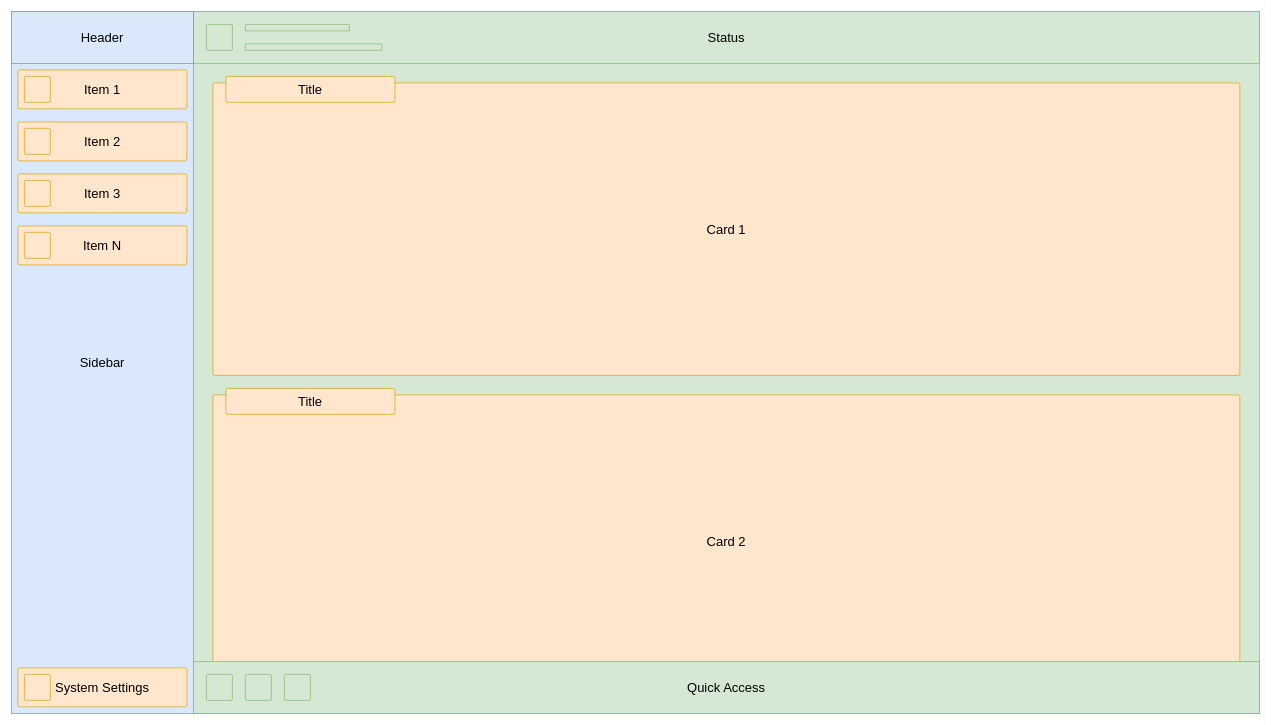
This is docs/ui.drawio from MinecraftPlayground/server-management-dashboard, a draw.io file, before an edit. Source tidied: cells renumbered, new cells numbered last; positions are measured from the earlier drawing's top-left corner, leaving out a move shared by most shapes. Both pictures are drawn from the tidied source at 65%, with x=0, y=0 at pixel (11, 11).
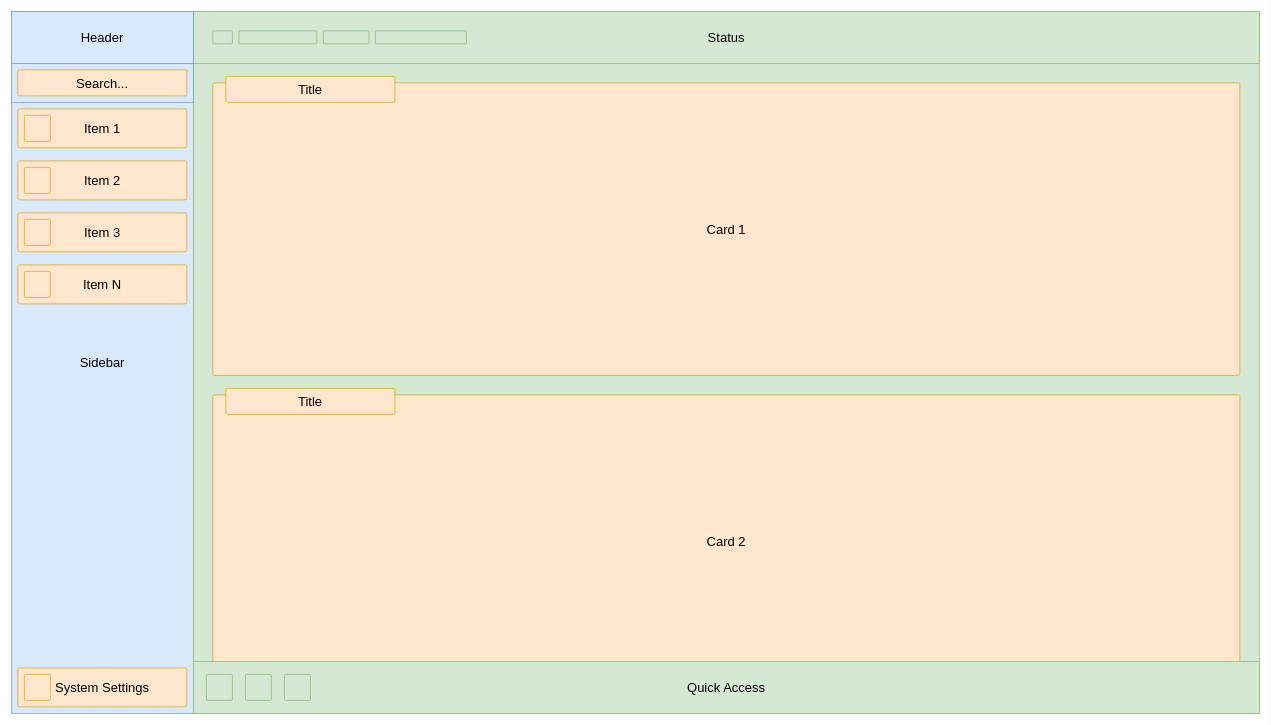
The same diagram, later.

The change refers to these unchanged cells:
```xml
<mxCell id="16" style="group;" parent="1" vertex="1">
  <mxGeometry x="280" width="1640" height="80" as="geometry" />
</mxCell>
```

Diff of the diagram source:
```diff
@@
     <mxCell id="4" style="group;" parent="1" vertex="1">
-      <mxGeometry x="10" y="170" width="260" height="60" as="geometry" />
+      <mxGeometry x="10" y="230" width="260" height="60" as="geometry" />
     </mxCell>
@@
     <mxCell id="7" style="group;" parent="1" vertex="1">
-      <mxGeometry x="10" y="250" width="260" height="60" as="geometry" />
+      <mxGeometry x="10" y="310" width="260" height="60" as="geometry" />
     </mxCell>
@@
     <mxCell id="10" style="group;" parent="1" vertex="1">
-      <mxGeometry x="10" y="330" width="260" height="60" as="geometry" />
+      <mxGeometry x="10" y="390" width="260" height="60" as="geometry" />
     </mxCell>
@@
-    <mxCell id="18" style="group;" parent="16" vertex="1">
-      <mxGeometry x="20" y="20" width="270" height="40" as="geometry" />
-    </mxCell>
-    <mxCell id="19" style="rounded=1;whiteSpace=wrap;html=1;fillColor=#d5e8d4;strokeColor=#82b366;fontSize=20;arcSize=5;" parent="18" vertex="1">
-      <mxGeometry width="40" height="40" as="geometry" />
-    </mxCell>
-    <mxCell id="20" style="rounded=1;whiteSpace=wrap;html=1;fillColor=#d5e8d4;strokeColor=#82b366;fontSize=20;arcSize=5;" parent="18" vertex="1">
-      <mxGeometry x="60" width="160" height="10" as="geometry" />
+    <mxCell id="20" style="rounded=1;whiteSpace=wrap;html=1;fillColor=#d5e8d4;strokeColor=#82b366;fontSize=20;arcSize=5;" parent="16" vertex="1">
+      <mxGeometry x="30" y="30" width="30" height="20" as="geometry" />
     </mxCell>
-    <mxCell id="21" style="rounded=1;whiteSpace=wrap;html=1;fillColor=#d5e8d4;strokeColor=#82b366;fontSize=20;arcSize=5;" parent="18" vertex="1">
-      <mxGeometry x="60" y="30" width="210" height="10" as="geometry" />
-    </mxCell>
+    <mxCell id="36" style="rounded=1;whiteSpace=wrap;html=1;fillColor=#d5e8d4;strokeColor=#82b366;fontSize=20;arcSize=5;" parent="16" vertex="1">
+      <mxGeometry x="200" y="30" width="70" height="20" as="geometry" />
+    </mxCell>
+    <mxCell id="37" style="rounded=1;whiteSpace=wrap;html=1;fillColor=#d5e8d4;strokeColor=#82b366;fontSize=20;arcSize=5;" parent="16" vertex="1">
+      <mxGeometry x="280" y="30" width="140" height="20" as="geometry" />
+    </mxCell>
+    <mxCell id="38" style="rounded=1;whiteSpace=wrap;html=1;fillColor=#d5e8d4;strokeColor=#82b366;fontSize=20;arcSize=5;" parent="16" vertex="1">
+      <mxGeometry x="70" y="30" width="120" height="20" as="geometry" />
+    </mxCell>
@@
     <mxCell id="31" style="group;" parent="1" vertex="1">
-      <mxGeometry x="10" y="90" width="260" height="60" as="geometry" />
+      <mxGeometry x="10" y="150" width="260" height="60" as="geometry" />
     </mxCell>
@@
+    <mxCell id="39" style="whiteSpace=wrap;html=1;fillColor=#dae8fc;strokeColor=#6c8ebf;fontSize=20;align=center;verticalAlign=middle;" parent="1" vertex="1">
+      <mxGeometry y="80" width="280" height="60" as="geometry" />
+    </mxCell>
+    <mxCell id="40" style="group;" parent="1" vertex="1">
+      <mxGeometry x="10" y="90" width="260" height="40" as="geometry" />
+    </mxCell>
+    <mxCell id="41" value="Search..." style="rounded=1;whiteSpace=wrap;html=1;fillColor=#ffe6cc;strokeColor=#d79b00;fontSize=20;arcSize=5;" parent="40" vertex="1">
+      <mxGeometry width="260" height="40" as="geometry" />
+    </mxCell>
```
